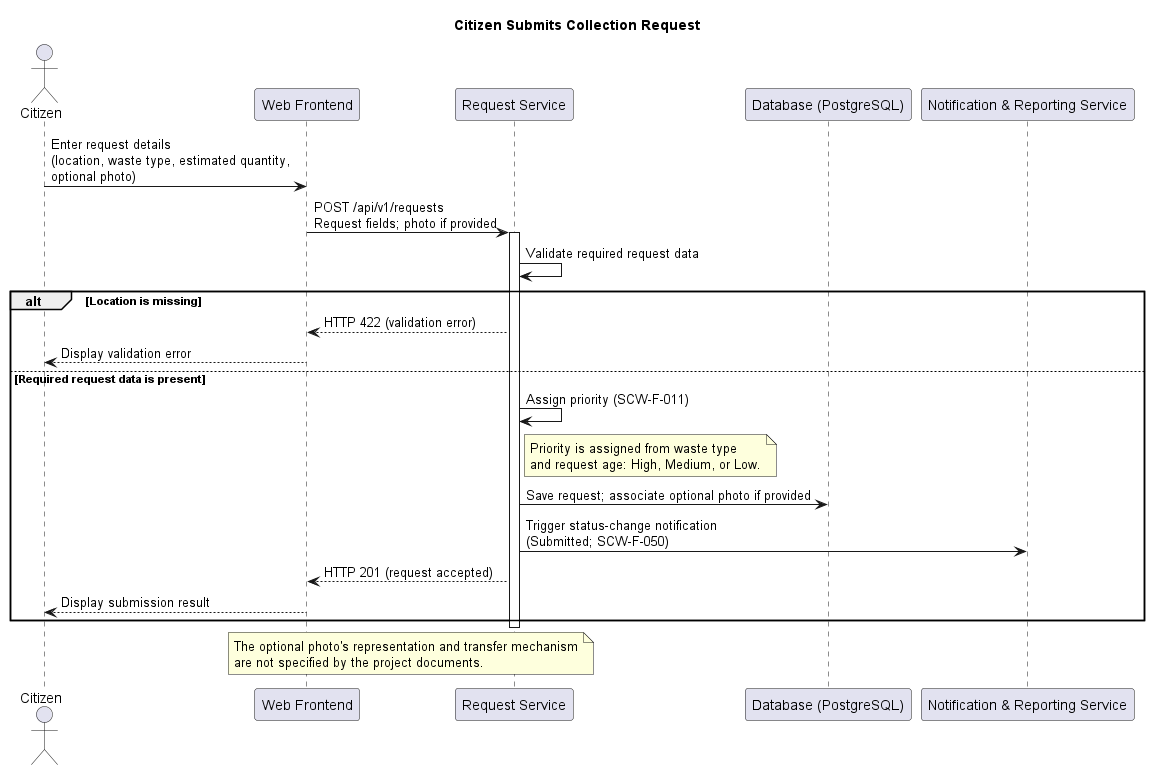
Earlier version of the PlantUML export docs/diagrams/seq-submit-request.png (SonuAkash-collab/smart-city-waste-management).
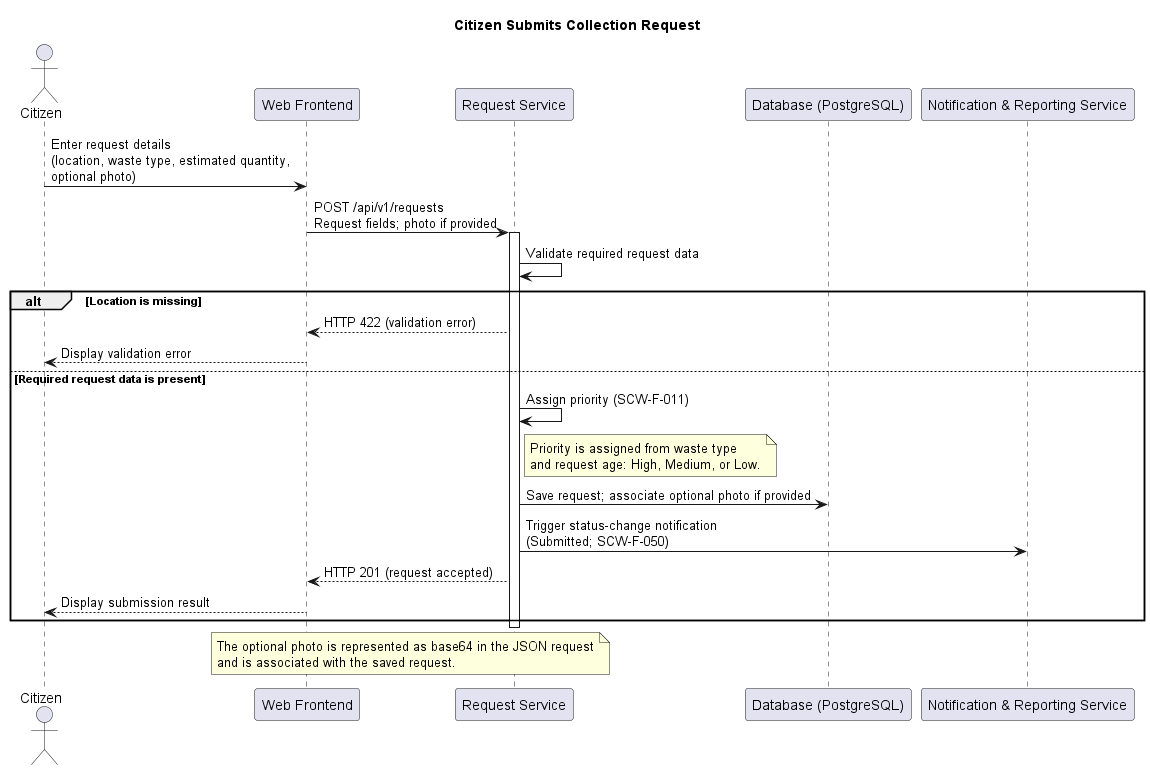
Later version of the same file.

Commit message:
docs(diagrams): finalize request submission sequence

What changed in the source:
```diff
@@ -30,7 +30,7 @@
 deactivate Request
 
 note over Web,Request
-  The optional photo's representation and transfer mechanism
-  are not specified by the project documents.
+  The optional photo is represented as base64 in the JSON request
+  and is associated with the saved request.
 end note
 @enduml
```
